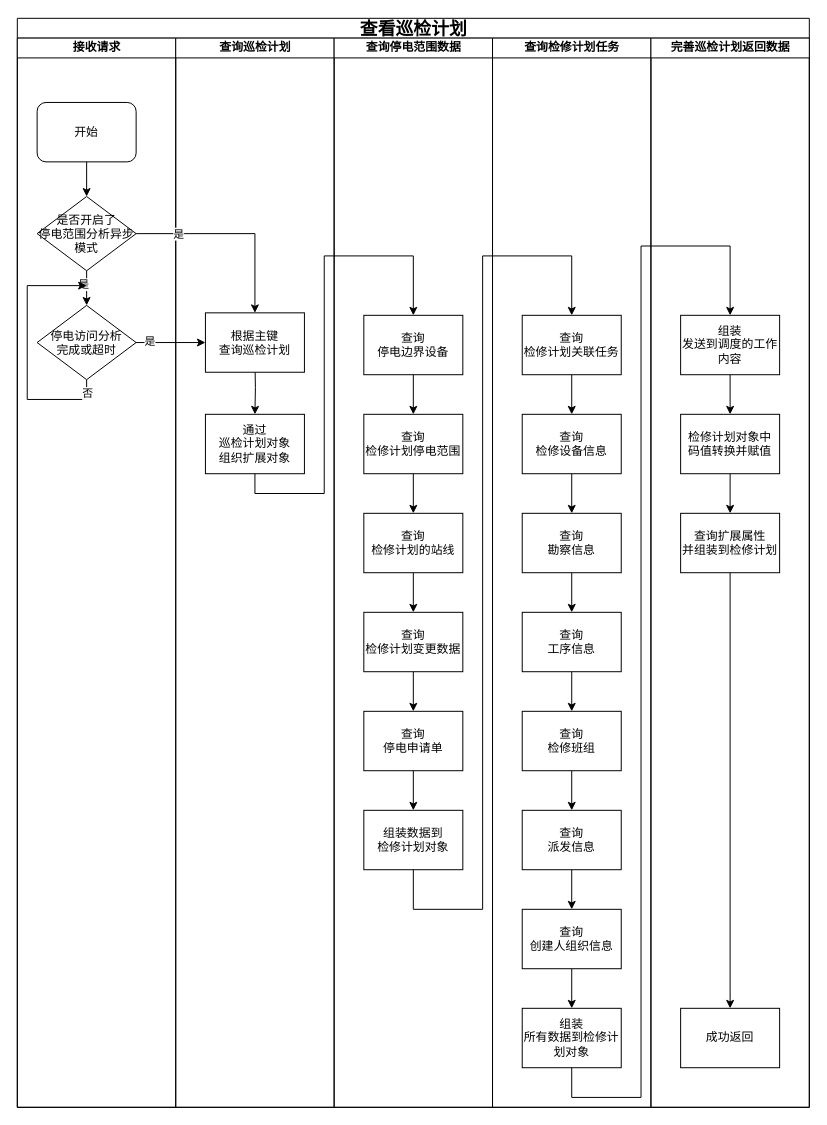
Before: 查看检修计划.drawio in wwwwbo/myDraw, a draw.io diagram. Source tidied: cells renumbered, new cells numbered last; positions are measured from the earlier drawing's top-left corner, leaving out a move shared by most shapes. Both pictures are drawn from the tidied source at 99%, with x=0, y=0 at pixel (17, 18).
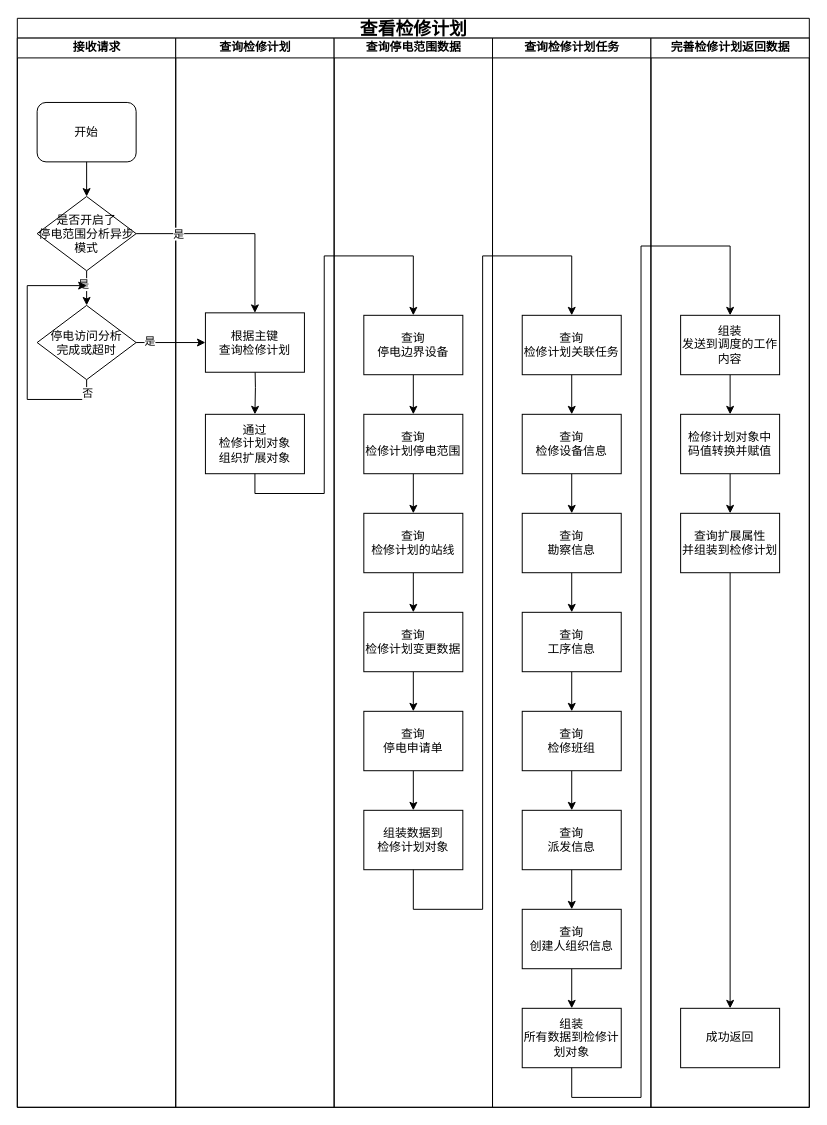
The same diagram, later.

Commit message:
更新查看检修计划.drawio

Diff of the diagram source:
```diff
@@
-    <mxCell id="2" value="&lt;font style=&quot;font-size: 18px;&quot;&gt;查看巡检计划&lt;/font&gt;" style="swimlane;html=1;startSize=20;rounded=0;shadow=0;labelBackgroundColor=none;strokeWidth=1;fontFamily=Verdana;fontSize=8;align=center;" parent="1" vertex="1">
+    <mxCell id="2" value="&lt;font style=&quot;font-size: 18px;&quot;&gt;查看检修计划&lt;/font&gt;" style="swimlane;html=1;startSize=20;rounded=0;shadow=0;labelBackgroundColor=none;strokeWidth=1;fontFamily=Verdana;fontSize=8;align=center;" parent="1" vertex="1">
       <mxGeometry width="800" height="1100" as="geometry" />
     </mxCell>
@@
-    <mxCell id="12" value="查询巡检计划" style="swimlane;html=1;startSize=20;" parent="2" vertex="1">
+    <mxCell id="12" value="查询检修计划" style="swimlane;html=1;startSize=20;" parent="2" vertex="1">
       <mxGeometry x="160" y="20" width="160" height="1080" as="geometry" />
     </mxCell>
@@
-    <mxCell id="14" value="&lt;div&gt;&lt;span style=&quot;font-size: 12px;&quot;&gt;通过&lt;/span&gt;&lt;/div&gt;&lt;span style=&quot;font-size: 12px;&quot;&gt;巡检计划对象&lt;/span&gt;&lt;div&gt;&lt;span style=&quot;font-size: 12px;&quot;&gt;组织扩展对象&lt;/span&gt;&lt;/div&gt;" style="whiteSpace=wrap;html=1;fontSize=8;fontFamily=Verdana;rounded=0;shadow=0;labelBackgroundColor=none;strokeWidth=1;" parent="12" vertex="1">
+    <mxCell id="14" value="&lt;div&gt;&lt;span style=&quot;font-size: 12px;&quot;&gt;通过&lt;/span&gt;&lt;/div&gt;&lt;span style=&quot;font-size: 12px;&quot;&gt;检修计划对象&lt;/span&gt;&lt;div&gt;&lt;span style=&quot;font-size: 12px;&quot;&gt;组织扩展对象&lt;/span&gt;&lt;/div&gt;" style="whiteSpace=wrap;html=1;fontSize=8;fontFamily=Verdana;rounded=0;shadow=0;labelBackgroundColor=none;strokeWidth=1;" parent="12" vertex="1">
       <mxGeometry x="30" y="380" width="100" height="60" as="geometry" />
     </mxCell>
-    <mxCell id="15" value="&lt;span style=&quot;font-size: 12px;&quot;&gt;根据主键&lt;/span&gt;&lt;div&gt;&lt;span style=&quot;font-size: 12px;&quot;&gt;查询巡检计划&lt;/span&gt;&lt;/div&gt;" style="whiteSpace=wrap;html=1;fontSize=8;fontFamily=Verdana;rounded=0;shadow=0;labelBackgroundColor=none;strokeWidth=1;" parent="12" vertex="1">
+    <mxCell id="15" value="&lt;span style=&quot;font-size: 12px;&quot;&gt;根据主键&lt;/span&gt;&lt;div&gt;&lt;span style=&quot;font-size: 12px;&quot;&gt;查询检修计划&lt;/span&gt;&lt;/div&gt;" style="whiteSpace=wrap;html=1;fontSize=8;fontFamily=Verdana;rounded=0;shadow=0;labelBackgroundColor=none;strokeWidth=1;" parent="12" vertex="1">
       <mxGeometry x="30" y="277.5" width="100" height="60" as="geometry" />
     </mxCell>
@@
-    <mxCell id="47" value="完善巡检计划返回数据" style="swimlane;html=1;startSize=20;" parent="2" vertex="1">
+    <mxCell id="47" value="完善检修计划返回数据" style="swimlane;html=1;startSize=20;" parent="2" vertex="1">
       <mxGeometry x="640" y="20" width="160" height="1080" as="geometry" />
     </mxCell>
```
